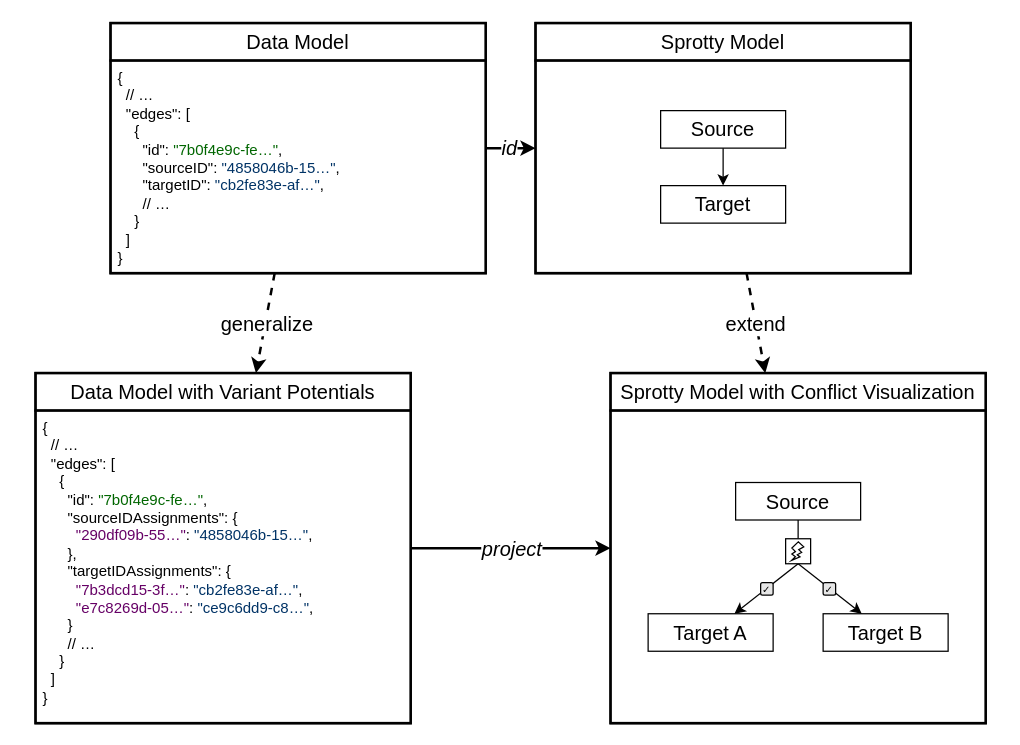
Before: docs/vuepress/src/content/developer-guide/overview/assets/lazy-merging.drawio in SoweluAvanzo/DAO-ML_Cinco_Cloud_Editor, a draw.io diagram. Source tidied: cells renumbered, new cells numbered last; positions are measured from the earlier drawing's top-left corner, leaving out a move shared by most shapes. Both pictures are drawn from the tidied source at 125%, with x=0, y=0 at pixel (35, 22).
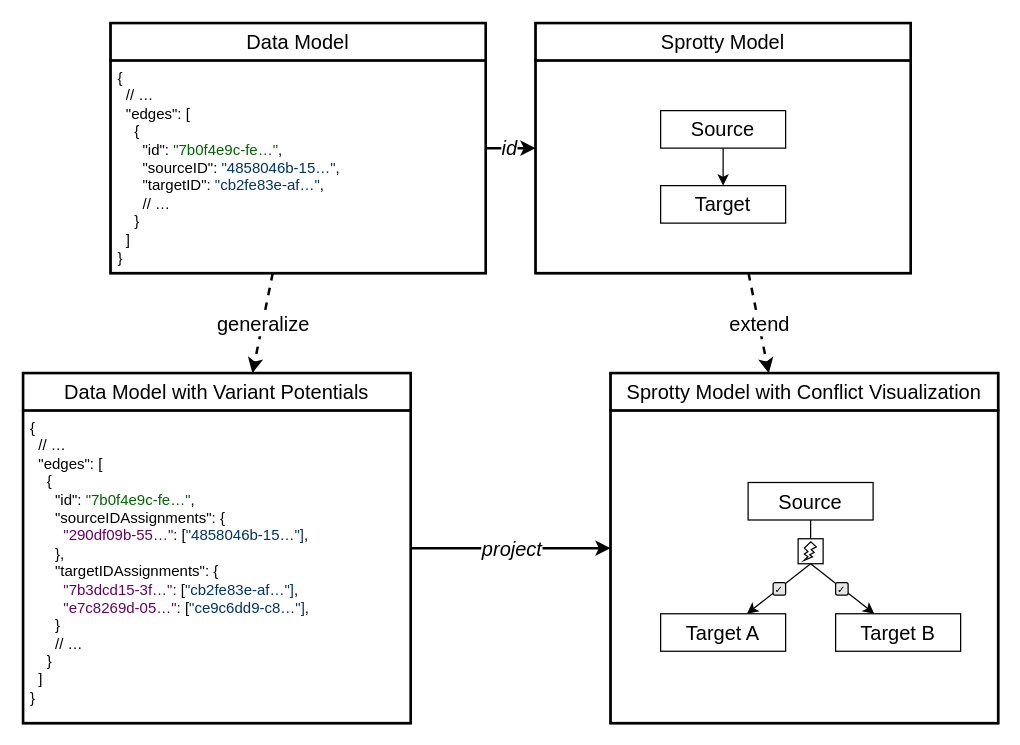
The same page after the edit.

Commit message:
lazy-merging: Assign sets of values in illustration

See #325

What changed in the source:
```diff
@@
     <mxCell id="12" style="rounded=0;whiteSpace=wrap;html=1;fontSize=16;fontFamily=Fira;strokeWidth=2;" parent="1" vertex="1">
-      <mxGeometry y="280" width="300" height="280" as="geometry" />
+      <mxGeometry x="-10" y="280" width="310" height="280" as="geometry" />
     </mxCell>
     <mxCell id="13" style="rounded=0;whiteSpace=wrap;html=1;fontSize=16;fontFamily=Fira;strokeWidth=2;" parent="1" vertex="1">
-      <mxGeometry x="460" y="280" width="300" height="280" as="geometry" />
+      <mxGeometry x="460" y="280" width="310" height="280" as="geometry" />
     </mxCell>
@@
     <mxCell id="16" value="Data Model with Variant Potentials" style="rounded=0;whiteSpace=wrap;html=1;fontSize=16;fontFamily=Fira;strokeWidth=2;" parent="1" vertex="1">
-      <mxGeometry y="280" width="300" height="30" as="geometry" />
+      <mxGeometry x="-10" y="280" width="310" height="30" as="geometry" />
     </mxCell>
     <mxCell id="17" value="Sprotty Model with Conflict Visualization" style="rounded=0;whiteSpace=wrap;html=1;fontSize=16;fontFamily=Fira;strokeWidth=2;" parent="1" vertex="1">
-      <mxGeometry x="460" y="280" width="300" height="30" as="geometry" />
+      <mxGeometry x="460" y="280" width="310" height="30" as="geometry" />
     </mxCell>
@@
-    <mxCell id="19" value="{&lt;br style=&quot;border-color: var(--border-color);&quot;&gt;&amp;nbsp; // …&lt;br style=&quot;border-color: var(--border-color);&quot;&gt;&amp;nbsp; &quot;edges&quot;: [&lt;br style=&quot;border-color: var(--border-color);&quot;&gt;&amp;nbsp; &amp;nbsp; {&lt;br style=&quot;border-color: var(--border-color);&quot;&gt;&amp;nbsp; &amp;nbsp; &amp;nbsp; &quot;id&quot;: &lt;font color=&quot;#006600&quot;&gt;&quot;7b0f4e9c-fe…&quot;&lt;/font&gt;,&lt;br style=&quot;border-color: var(--border-color);&quot;&gt;&amp;nbsp; &amp;nbsp; &amp;nbsp; &quot;sourceIDAssignments&quot;: {&lt;br&gt;&amp;nbsp; &amp;nbsp; &amp;nbsp; &amp;nbsp; &lt;font color=&quot;#660066&quot;&gt;&quot;290df09b-55…&quot;&lt;/font&gt;: &lt;font color=&quot;#003366&quot;&gt;&quot;4858046b-15…&quot;&lt;/font&gt;,&lt;br&gt;&amp;nbsp; &amp;nbsp; &amp;nbsp; },&lt;br style=&quot;border-color: var(--border-color);&quot;&gt;&amp;nbsp; &amp;nbsp; &amp;nbsp; &quot;targetIDAssignments&quot;: {&lt;br style=&quot;border-color: var(--border-color);&quot;&gt;&amp;nbsp; &amp;nbsp; &amp;nbsp; &amp;nbsp; &lt;font color=&quot;#660066&quot;&gt;&quot;7b3dcd15-3f…&quot;&lt;/font&gt;: &lt;font color=&quot;#003366&quot;&gt;&quot;cb2fe83e-af…&quot;&lt;/font&gt;,&lt;br style=&quot;border-color: var(--border-color);&quot;&gt;&amp;nbsp; &amp;nbsp; &amp;nbsp; &amp;nbsp; &lt;font color=&quot;#660066&quot;&gt;&quot;e7c8269d-05…&quot;&lt;/font&gt;: &lt;font color=&quot;#003366&quot;&gt;&quot;ce9c6dd9-c8…&quot;&lt;/font&gt;,&lt;br&gt;&amp;nbsp; &amp;nbsp; &amp;nbsp; }&lt;br style=&quot;border-color: var(--border-color);&quot;&gt;&amp;nbsp; &amp;nbsp; &amp;nbsp; // …&lt;br style=&quot;border-color: var(--border-color);&quot;&gt;&amp;nbsp; &amp;nbsp; }&lt;br style=&quot;border-color: var(--border-color);&quot;&gt;&amp;nbsp; ]&lt;br style=&quot;border-color: var(--border-color);&quot;&gt;}" style="rounded=0;whiteSpace=wrap;html=1;fontFamily=Source Code Pro;fontSize=12;align=left;verticalAlign=top;strokeWidth=2;spacingLeft=4;" parent="1" vertex="1">
-      <mxGeometry y="310" width="300" height="250" as="geometry" />
+    <mxCell id="19" value="{&lt;br style=&quot;border-color: var(--border-color);&quot;&gt;&amp;nbsp; // …&lt;br style=&quot;border-color: var(--border-color);&quot;&gt;&amp;nbsp; &quot;edges&quot;: [&lt;br style=&quot;border-color: var(--border-color);&quot;&gt;&amp;nbsp; &amp;nbsp; {&lt;br style=&quot;border-color: var(--border-color);&quot;&gt;&amp;nbsp; &amp;nbsp; &amp;nbsp; &quot;id&quot;: &lt;font color=&quot;#006600&quot;&gt;&quot;7b0f4e9c-fe…&quot;&lt;/font&gt;,&lt;br style=&quot;border-color: var(--border-color);&quot;&gt;&amp;nbsp; &amp;nbsp; &amp;nbsp; &quot;sourceIDAssignments&quot;: {&lt;br&gt;&amp;nbsp; &amp;nbsp; &amp;nbsp; &amp;nbsp; &lt;font color=&quot;#660066&quot;&gt;&quot;290df09b-55…&quot;&lt;/font&gt;: [&lt;font color=&quot;#003366&quot;&gt;&quot;4858046b-15…&quot;]&lt;/font&gt;,&lt;br&gt;&amp;nbsp; &amp;nbsp; &amp;nbsp; },&lt;br style=&quot;border-color: var(--border-color);&quot;&gt;&amp;nbsp; &amp;nbsp; &amp;nbsp; &quot;targetIDAssignments&quot;: {&lt;br style=&quot;border-color: var(--border-color);&quot;&gt;&amp;nbsp; &amp;nbsp; &amp;nbsp; &amp;nbsp; &lt;font color=&quot;#660066&quot;&gt;&quot;7b3dcd15-3f…&quot;&lt;/font&gt;: [&lt;font color=&quot;#003366&quot;&gt;&quot;cb2fe83e-af…&quot;]&lt;/font&gt;,&lt;br style=&quot;border-color: var(--border-color);&quot;&gt;&amp;nbsp; &amp;nbsp; &amp;nbsp; &amp;nbsp; &lt;font color=&quot;#660066&quot;&gt;&quot;e7c8269d-05…&quot;&lt;/font&gt;: [&lt;font color=&quot;#003366&quot;&gt;&quot;ce9c6dd9-c8…&quot;]&lt;/font&gt;,&lt;br&gt;&amp;nbsp; &amp;nbsp; &amp;nbsp; }&lt;br style=&quot;border-color: var(--border-color);&quot;&gt;&amp;nbsp; &amp;nbsp; &amp;nbsp; // …&lt;br style=&quot;border-color: var(--border-color);&quot;&gt;&amp;nbsp; &amp;nbsp; }&lt;br style=&quot;border-color: var(--border-color);&quot;&gt;&amp;nbsp; ]&lt;br style=&quot;border-color: var(--border-color);&quot;&gt;}" style="rounded=0;whiteSpace=wrap;html=1;fontFamily=Source Code Pro;fontSize=12;align=left;verticalAlign=top;strokeWidth=2;spacingLeft=4;" parent="1" vertex="1">
+      <mxGeometry x="-10" y="310" width="310" height="250" as="geometry" />
     </mxCell>
@@
     <mxCell id="24" style="rounded=0;whiteSpace=wrap;html=1;fontFamily=Source Code Pro;fontSize=12;fontColor=#003366;strokeWidth=2;" parent="1" vertex="1">
-      <mxGeometry x="460" y="310" width="300" height="250" as="geometry" />
+      <mxGeometry x="460" y="310" width="310" height="250" as="geometry" />
     </mxCell>
     <mxCell id="25" value="&lt;span style=&quot;font-size: 16px;&quot;&gt;Source&lt;/span&gt;" style="rounded=0;whiteSpace=wrap;html=1;fontSize=16;fontFamily=Fira;" parent="1" vertex="1">
-      <mxGeometry x="560" y="367.5" width="100" height="30" as="geometry" />
+      <mxGeometry x="570" y="367.5" width="100" height="30" as="geometry" />
     </mxCell>
     <mxCell id="26" value="&lt;span style=&quot;font-size: 16px;&quot;&gt;Target A&lt;/span&gt;" style="rounded=0;whiteSpace=wrap;html=1;fontSize=16;fontFamily=Fira;" parent="1" vertex="1">
-      <mxGeometry x="490" y="472.5" width="100" height="30" as="geometry" />
+      <mxGeometry x="500" y="472.5" width="100" height="30" as="geometry" />
     </mxCell>
     <mxCell id="27" value="&lt;span style=&quot;font-size: 16px;&quot;&gt;Target B&lt;/span&gt;" style="rounded=0;whiteSpace=wrap;html=1;fontSize=16;fontFamily=Fira;" parent="1" vertex="1">
-      <mxGeometry x="630" y="472.5" width="100" height="30" as="geometry" />
+      <mxGeometry x="640" y="472.5" width="100" height="30" as="geometry" />
     </mxCell>
@@
     <mxCell id="31" value="✓" style="rounded=1;whiteSpace=wrap;html=1;fontSize=8;fillColor=#E6E6E6;" parent="1" vertex="1">
-      <mxGeometry x="630" y="447.5" width="10" height="10" as="geometry" />
+      <mxGeometry x="640" y="447.5" width="10" height="10" as="geometry" />
     </mxCell>
     <mxCell id="32" value="✓" style="rounded=1;whiteSpace=wrap;html=1;fontSize=8;fillColor=#E6E6E6;" parent="1" vertex="1">
-      <mxGeometry x="580" y="447.5" width="10" height="10" as="geometry" />
+      <mxGeometry x="590" y="447.5" width="10" height="10" as="geometry" />
     </mxCell>
     <mxCell id="33" style="rounded=0;whiteSpace=wrap;html=1;fontSize=16;fontFamily=Fira;" parent="1" vertex="1">
-      <mxGeometry x="600" y="412.5" width="20" height="20" as="geometry" />
+      <mxGeometry x="610" y="412.5" width="20" height="20" as="geometry" />
     </mxCell>
     <mxCell id="34" style="verticalLabelPosition=bottom;verticalAlign=top;html=1;shape=mxgraph.basic.flash;fontSize=16;fontFamily=Fira;" parent="1" vertex="1">
-      <mxGeometry x="604.5" y="415" width="10" height="15" as="geometry" />
+      <mxGeometry x="614.5" y="415" width="10" height="15" as="geometry" />
     </mxCell>
```
